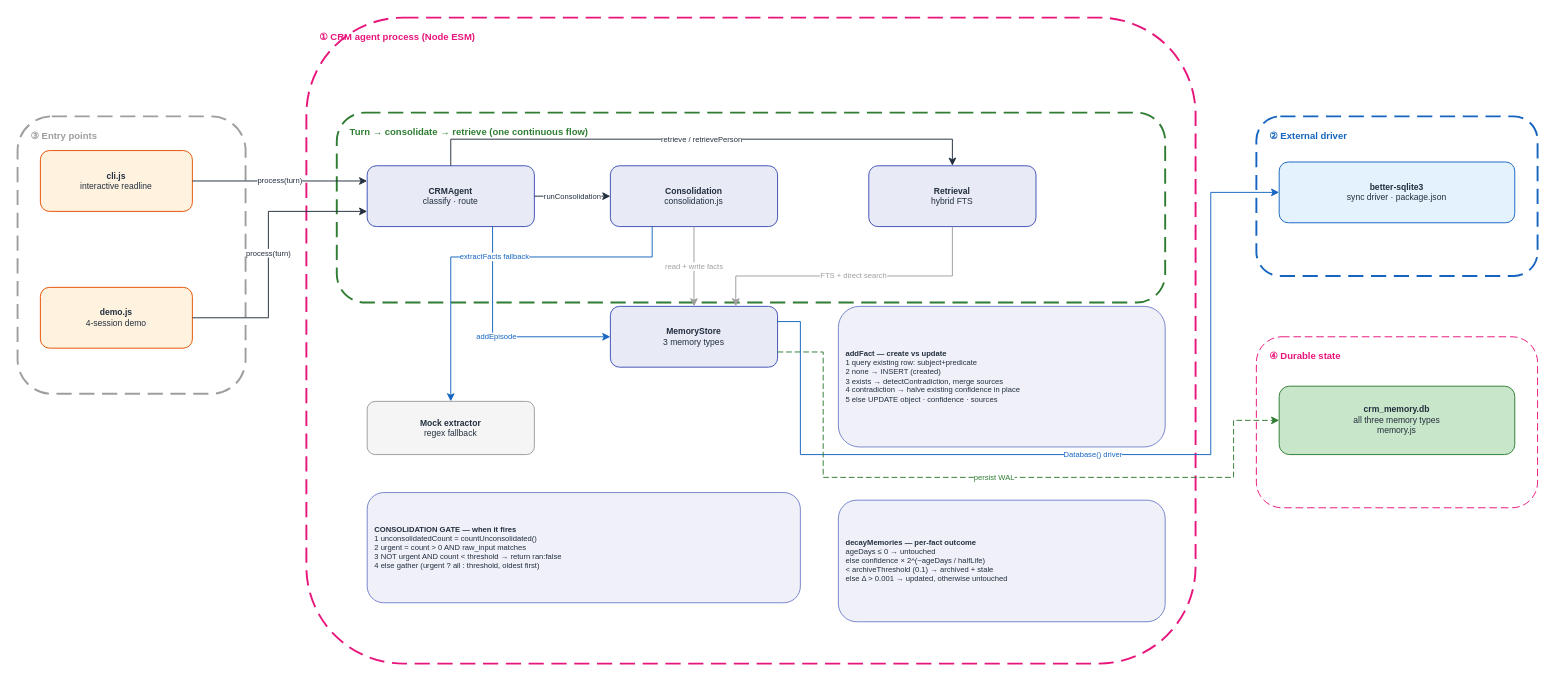
Earlier version of the draw.io diagram docs/diagrams/agent_memory_v1/HOA_AgentMemory_v1.drawio (gmaheshraju/Hands-on-AgenticAI). Source tidied: cells renumbered, new cells numbered last; positions are measured from the earlier drawing's top-left corner, leaving out a move shared by most shapes. Both pictures are drawn from the tidied source at 95%, with x=0, y=0 at pixel (17, 17).
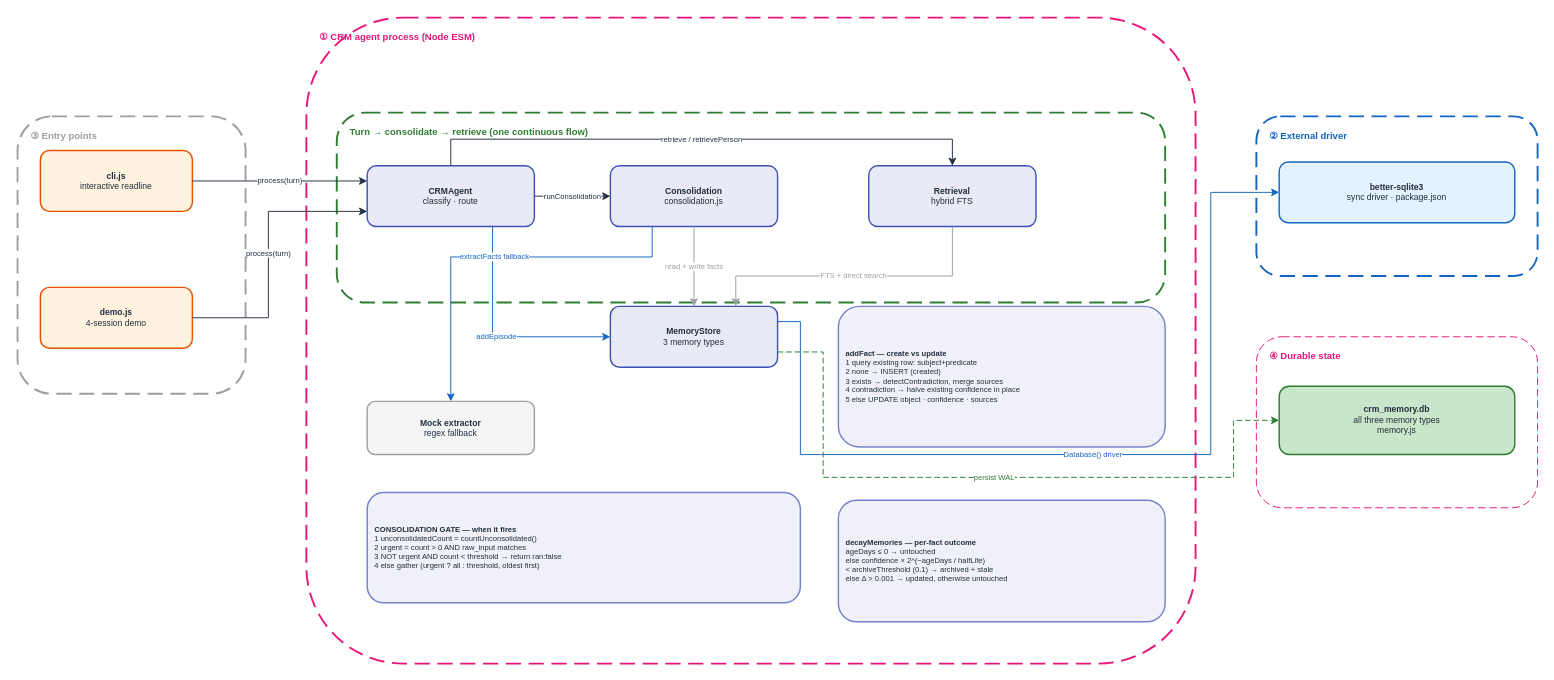
The same page after the edit.

Change to the diagram source:
```diff
@@
-    <mxCell id="12" value="&lt;b&gt;cli.js&lt;/b&gt;&lt;br&gt;interactive readline" style="rounded=1;fillColor=#FFF3E0;strokeColor=#E65100;fontSize=9;fontColor=#232F3E;html=1;whiteSpace=wrap;align=center;" parent="1" vertex="1">
+    <mxCell id="12" value="&lt;b&gt;cli.js&lt;/b&gt;&lt;br&gt;interactive readline" style="rounded=1;fillColor=#FFF3E0;strokeColor=#E65100;strokeWidth=1.5;fontSize=9;fontColor=#232F3E;html=1;whiteSpace=wrap;align=center;" parent="1" vertex="1">
       <mxGeometry x="24" y="140" width="160" height="64" as="geometry" />
     </mxCell>
-    <mxCell id="13" value="&lt;b&gt;demo.js&lt;/b&gt;&lt;br&gt;4-session demo" style="rounded=1;fillColor=#FFF3E0;strokeColor=#E65100;fontSize=9;fontColor=#232F3E;html=1;whiteSpace=wrap;align=center;" parent="1" vertex="1">
+    <mxCell id="13" value="&lt;b&gt;demo.js&lt;/b&gt;&lt;br&gt;4-session demo" style="rounded=1;fillColor=#FFF3E0;strokeColor=#E65100;strokeWidth=1.5;fontSize=9;fontColor=#232F3E;html=1;whiteSpace=wrap;align=center;" parent="1" vertex="1">
       <mxGeometry x="24" y="284" width="160" height="64" as="geometry" />
     </mxCell>
-    <mxCell id="14" value="&lt;b&gt;CRMAgent&lt;/b&gt;&lt;br&gt;classify · route" style="rounded=1;fillColor=#E8EAF6;strokeColor=#3F51B5;fontSize=9;fontColor=#232F3E;html=1;whiteSpace=wrap;align=center;" parent="1" vertex="1">
+    <mxCell id="14" value="&lt;b&gt;CRMAgent&lt;/b&gt;&lt;br&gt;classify · route" style="rounded=1;fillColor=#E8EAF6;strokeColor=#3F51B5;strokeWidth=1.5;fontSize=9;fontColor=#232F3E;html=1;whiteSpace=wrap;align=center;" parent="1" vertex="1">
       <mxGeometry x="368" y="156" width="176" height="64" as="geometry" />
     </mxCell>
-    <mxCell id="15" value="&lt;b&gt;Consolidation&lt;/b&gt;&lt;br&gt;consolidation.js" style="rounded=1;fillColor=#E8EAF6;strokeColor=#3F51B5;fontSize=9;fontColor=#232F3E;html=1;whiteSpace=wrap;align=center;" parent="1" vertex="1">
+    <mxCell id="15" value="&lt;b&gt;Consolidation&lt;/b&gt;&lt;br&gt;consolidation.js" style="rounded=1;fillColor=#E8EAF6;strokeColor=#3F51B5;strokeWidth=1.5;fontSize=9;fontColor=#232F3E;html=1;whiteSpace=wrap;align=center;" parent="1" vertex="1">
       <mxGeometry x="624" y="156" width="176" height="64" as="geometry" />
     </mxCell>
-    <mxCell id="16" value="&lt;b&gt;Retrieval&lt;/b&gt;&lt;br&gt;hybrid FTS" style="rounded=1;fillColor=#E8EAF6;strokeColor=#3F51B5;fontSize=9;fontColor=#232F3E;html=1;whiteSpace=wrap;align=center;" parent="1" vertex="1">
+    <mxCell id="16" value="&lt;b&gt;Retrieval&lt;/b&gt;&lt;br&gt;hybrid FTS" style="rounded=1;fillColor=#E8EAF6;strokeColor=#3F51B5;strokeWidth=1.5;fontSize=9;fontColor=#232F3E;html=1;whiteSpace=wrap;align=center;" parent="1" vertex="1">
       <mxGeometry x="896" y="156" width="176" height="64" as="geometry" />
     </mxCell>
-    <mxCell id="17" value="&lt;b&gt;MemoryStore&lt;/b&gt;&lt;br&gt;3 memory types" style="rounded=1;fillColor=#E8EAF6;strokeColor=#3F51B5;fontSize=9;fontColor=#232F3E;html=1;whiteSpace=wrap;align=center;" parent="1" vertex="1">
+    <mxCell id="17" value="&lt;b&gt;MemoryStore&lt;/b&gt;&lt;br&gt;3 memory types" style="rounded=1;fillColor=#E8EAF6;strokeColor=#3F51B5;strokeWidth=1.5;fontSize=9;fontColor=#232F3E;html=1;whiteSpace=wrap;align=center;" parent="1" vertex="1">
       <mxGeometry x="624" y="304" width="176" height="64" as="geometry" />
     </mxCell>
-    <mxCell id="18" value="&lt;b&gt;Mock extractor&lt;/b&gt;&lt;br&gt;regex fallback" style="rounded=1;fillColor=#F5F5F5;strokeColor=#9E9E9E;fontSize=9;fontColor=#232F3E;html=1;whiteSpace=wrap;align=center;" parent="1" vertex="1">
+    <mxCell id="18" value="&lt;b&gt;Mock extractor&lt;/b&gt;&lt;br&gt;regex fallback" style="rounded=1;fillColor=#F5F5F5;strokeColor=#9E9E9E;strokeWidth=1.5;fontSize=9;fontColor=#232F3E;html=1;whiteSpace=wrap;align=center;" parent="1" vertex="1">
       <mxGeometry x="368" y="404" width="176" height="56" as="geometry" />
     </mxCell>
-    <mxCell id="19" value="&lt;b&gt;better-sqlite3&lt;/b&gt;&lt;br&gt;sync driver · package.json" style="rounded=1;fillColor=#E3F2FD;strokeColor=#1565C0;fontSize=9;fontColor=#232F3E;html=1;whiteSpace=wrap;align=center;" parent="1" vertex="1">
+    <mxCell id="19" value="&lt;b&gt;better-sqlite3&lt;/b&gt;&lt;br&gt;sync driver · package.json" style="rounded=1;fillColor=#E3F2FD;strokeColor=#1565C0;strokeWidth=1.5;fontSize=9;fontColor=#232F3E;html=1;whiteSpace=wrap;align=center;" parent="1" vertex="1">
       <mxGeometry x="1328" y="152" width="248" height="64" as="geometry" />
     </mxCell>
-    <mxCell id="20" value="&lt;b&gt;crm_memory.db&lt;/b&gt;&lt;br&gt;all three memory types&lt;br&gt;memory.js" style="rounded=1;fillColor=#C8E6C9;strokeColor=#2E7D32;fontSize=9;fontColor=#232F3E;html=1;whiteSpace=wrap;align=center;" parent="1" vertex="1">
+    <mxCell id="20" value="&lt;b&gt;crm_memory.db&lt;/b&gt;&lt;br&gt;all three memory types&lt;br&gt;memory.js" style="rounded=1;fillColor=#C8E6C9;strokeColor=#2E7D32;strokeWidth=1.5;fontSize=9;fontColor=#232F3E;html=1;whiteSpace=wrap;align=center;" parent="1" vertex="1">
       <mxGeometry x="1328" y="388" width="248" height="72" as="geometry" />
     </mxCell>
-    <mxCell id="21" value="&lt;b&gt;CONSOLIDATION GATE — when it fires&lt;/b&gt;&lt;br&gt;1 unconsolidatedCount = countUnconsolidated()&lt;br&gt;2 urgent = count &amp;gt; 0 AND raw_input matches&lt;br&gt;3 NOT urgent AND count &amp;lt; threshold → return ran:false&lt;br&gt;4 else gather (urgent ? all : threshold, oldest first)" style="rounded=1;fillColor=#E8EAF6;strokeColor=#3F51B5;fontSize=8;fontColor=#232F3E;html=1;whiteSpace=wrap;align=left;spacingLeft=6;opacity=70;" parent="1" vertex="1">
+    <mxCell id="21" value="&lt;b&gt;CONSOLIDATION GATE — when it fires&lt;/b&gt;&lt;br&gt;1 unconsolidatedCount = countUnconsolidated()&lt;br&gt;2 urgent = count &amp;gt; 0 AND raw_input matches&lt;br&gt;3 NOT urgent AND count &amp;lt; threshold → return ran:false&lt;br&gt;4 else gather (urgent ? all : threshold, oldest first)" style="rounded=1;fillColor=#E8EAF6;strokeColor=#3F51B5;strokeWidth=1.5;fontSize=8;fontColor=#232F3E;html=1;whiteSpace=wrap;align=left;spacingLeft=6;opacity=70;" parent="1" vertex="1">
       <mxGeometry x="368" y="500" width="456" height="116" as="geometry" />
     </mxCell>
-    <mxCell id="22" value="&lt;b&gt;addFact — create vs update&lt;/b&gt;&lt;br&gt;1 query existing row: subject+predicate&lt;br&gt;2 none → INSERT (created)&lt;br&gt;3 exists → detectContradiction, merge sources&lt;br&gt;4 contradiction → halve existing confidence in place&lt;br&gt;5 else UPDATE object · confidence · sources" style="rounded=1;fillColor=#E8EAF6;strokeColor=#3F51B5;fontSize=8;fontColor=#232F3E;html=1;whiteSpace=wrap;align=left;spacingLeft=6;opacity=70;" parent="1" vertex="1">
+    <mxCell id="22" value="&lt;b&gt;addFact — create vs update&lt;/b&gt;&lt;br&gt;1 query existing row: subject+predicate&lt;br&gt;2 none → INSERT (created)&lt;br&gt;3 exists → detectContradiction, merge sources&lt;br&gt;4 contradiction → halve existing confidence in place&lt;br&gt;5 else UPDATE object · confidence · sources" style="rounded=1;fillColor=#E8EAF6;strokeColor=#3F51B5;strokeWidth=1.5;fontSize=8;fontColor=#232F3E;html=1;whiteSpace=wrap;align=left;spacingLeft=6;opacity=70;" parent="1" vertex="1">
       <mxGeometry x="864" y="304" width="344" height="148" as="geometry" />
     </mxCell>
-    <mxCell id="23" value="&lt;b&gt;decayMemories — per-fact outcome&lt;/b&gt;&lt;br&gt;ageDays ≤ 0 → untouched&lt;br&gt;else confidence × 2^(−ageDays / halfLife)&lt;br&gt;&amp;lt; archiveThreshold (0.1) → archived + stale&lt;br&gt;else Δ &amp;gt; 0.001 → updated, otherwise untouched" style="rounded=1;fillColor=#E8EAF6;strokeColor=#3F51B5;fontSize=8;fontColor=#232F3E;html=1;whiteSpace=wrap;align=left;spacingLeft=6;opacity=70;" parent="1" vertex="1">
+    <mxCell id="23" value="&lt;b&gt;decayMemories — per-fact outcome&lt;/b&gt;&lt;br&gt;ageDays ≤ 0 → untouched&lt;br&gt;else confidence × 2^(−ageDays / halfLife)&lt;br&gt;&amp;lt; archiveThreshold (0.1) → archived + stale&lt;br&gt;else Δ &amp;gt; 0.001 → updated, otherwise untouched" style="rounded=1;fillColor=#E8EAF6;strokeColor=#3F51B5;strokeWidth=1.5;fontSize=8;fontColor=#232F3E;html=1;whiteSpace=wrap;align=left;spacingLeft=6;opacity=70;" parent="1" vertex="1">
       <mxGeometry x="864" y="508" width="344" height="128" as="geometry" />
     </mxCell>
```
